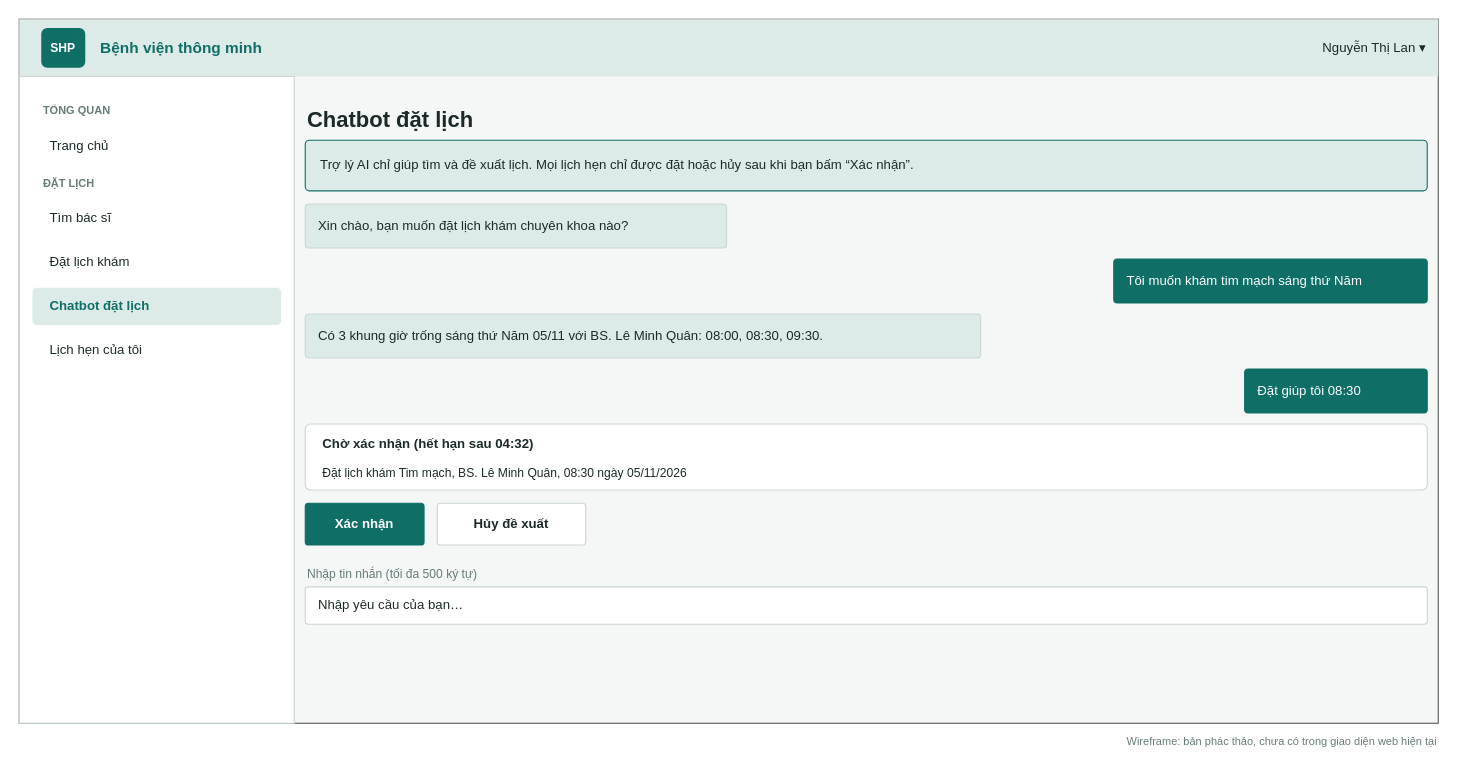
viethung12062005/smart-hospital-platform keeps this draw.io diagram as page "Nhận hồ sơ đã có" (2 of 17) of docs/02-requirements/srs/dist/diagrams/06-wireframes.drawio. Above is the earlier version. Source tidied: cells renumbered, new cells numbered last; positions are measured from the earlier drawing's top-left corner, leaving out a move shared by most shapes. Both pictures are drawn from the tidied source at 110%, with x=0, y=0 at pixel (19, 19).
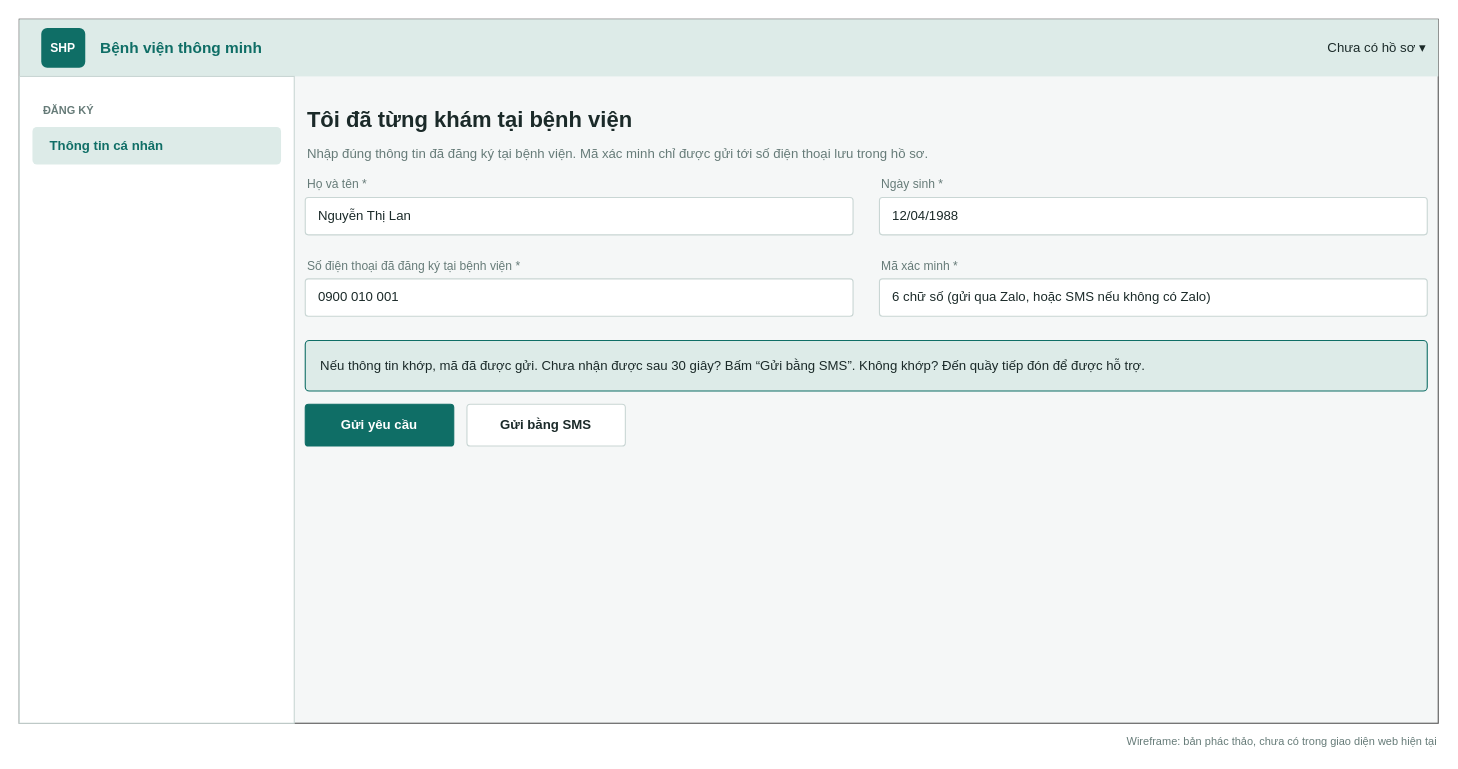
After the change.

Diff of the diagram source:
```diff
@@
-    <mxCell id="6" value="Nguyễn Thị Lan   ▾" style="text;html=1;align=right;verticalAlign=middle;fontSize=12;fontColor=#1B2A29;" parent="1" vertex="1">
+    <mxCell id="6" value="Chưa có hồ sơ   ▾" style="text;html=1;align=right;verticalAlign=middle;fontSize=12;fontColor=#1B2A29;" parent="1" vertex="1">
       <mxGeometry x="950" y="8" width="330" height="36" as="geometry" />
     </mxCell>
@@
-    <mxCell id="8" value="TỔNG QUAN" style="text;html=1;align=left;verticalAlign=middle;fontSize=10;fontColor=#667B78;fontStyle=1;" parent="1" vertex="1">
+    <mxCell id="8" value="ĐĂNG KÝ" style="text;html=1;align=left;verticalAlign=middle;fontSize=10;fontColor=#667B78;fontStyle=1;" parent="1" vertex="1">
       <mxGeometry x="20" y="72" width="200" height="22" as="geometry" />
     </mxCell>
-    <mxCell id="9" value="Trang chủ" style="rounded=1;whiteSpace=wrap;html=1;arcSize=12;align=left;spacingLeft=14;fontSize=12;fillColor=#FFFFFF;strokeColor=none;fontColor=#1B2A29;" parent="1" vertex="1">
+    <mxCell id="9" value="Thông tin cá nhân" style="rounded=1;whiteSpace=wrap;html=1;arcSize=12;align=left;spacingLeft=14;fontSize=12;fillColor=#DDEBE8;strokeColor=none;fontColor=#0F6E66;fontStyle=1;" parent="1" vertex="1">
       <mxGeometry x="12" y="98" width="226" height="34" as="geometry" />
     </mxCell>
-    <mxCell id="10" value="ĐẶT LỊCH" style="text;html=1;align=left;verticalAlign=middle;fontSize=10;fontColor=#667B78;fontStyle=1;" parent="1" vertex="1">
-      <mxGeometry x="20" y="138" width="200" height="22" as="geometry" />
+    <mxCell id="10" value="Wireframe: bản phác thảo, chưa có trong giao diện web hiện tại" style="text;html=1;align=right;fontSize=10;fontColor=#667B78;" parent="1" vertex="1">
+      <mxGeometry x="850" y="644" width="440" height="20" as="geometry" />
     </mxCell>
-    <mxCell id="11" value="Tìm bác sĩ" style="rounded=1;whiteSpace=wrap;html=1;arcSize=12;align=left;spacingLeft=14;fontSize=12;fillColor=#FFFFFF;strokeColor=none;fontColor=#1B2A29;" parent="1" vertex="1">
-      <mxGeometry x="12" y="164" width="226" height="34" as="geometry" />
-    </mxCell>
-    <mxCell id="12" value="Đặt lịch khám" style="rounded=1;whiteSpace=wrap;html=1;arcSize=12;align=left;spacingLeft=14;fontSize=12;fillColor=#FFFFFF;strokeColor=none;fontColor=#1B2A29;" parent="1" vertex="1">
-      <mxGeometry x="12" y="204" width="226" height="34" as="geometry" />
-    </mxCell>
-    <mxCell id="13" value="Chatbot đặt lịch" style="rounded=1;whiteSpace=wrap;html=1;arcSize=12;align=left;spacingLeft=14;fontSize=12;fillColor=#DDEBE8;strokeColor=none;fontColor=#0F6E66;fontStyle=1;" parent="1" vertex="1">
-      <mxGeometry x="12" y="244" width="226" height="34" as="geometry" />
-    </mxCell>
-    <mxCell id="14" value="Lịch hẹn của tôi" style="rounded=1;whiteSpace=wrap;html=1;arcSize=12;align=left;spacingLeft=14;fontSize=12;fillColor=#FFFFFF;strokeColor=none;fontColor=#1B2A29;" parent="1" vertex="1">
-      <mxGeometry x="12" y="284" width="226" height="34" as="geometry" />
-    </mxCell>
-    <mxCell id="15" value="Wireframe: bản phác thảo, chưa có trong giao diện web hiện tại" style="text;html=1;align=right;fontSize=10;fontColor=#667B78;" parent="1" vertex="1">
-      <mxGeometry x="850" y="644" width="440" height="20" as="geometry" />
-    </mxCell>
-    <mxCell id="16" value="Chatbot đặt lịch" style="text;html=1;align=left;verticalAlign=middle;whiteSpace=wrap;fontSize=20;fontColor=#1B2A29;fontStyle=1;" parent="1" vertex="1">
+    <mxCell id="16" value="Tôi đã từng khám tại bệnh viện" style="text;html=1;align=left;verticalAlign=middle;whiteSpace=wrap;fontSize=20;fontColor=#1B2A29;fontStyle=1;" parent="1" vertex="1">
       <mxGeometry x="260" y="72" width="1020" height="36" as="geometry" />
     </mxCell>
-    <mxCell id="17" value="Trợ lý AI chỉ giúp tìm và đề xuất lịch. Mọi lịch hẹn chỉ được đặt hoặc hủy sau khi bạn bấm “Xác nhận”." style="rounded=1;whiteSpace=wrap;html=1;arcSize=8;fillColor=#DDEBE8;strokeColor=#0F6E66;fontSize=12;fontColor=#1B2A29;align=left;spacingLeft=12;" parent="1" vertex="1">
-      <mxGeometry x="260" y="110" width="1020" height="46" as="geometry" />
+    <mxCell id="17" value="Nhập đúng thông tin đã đăng ký tại bệnh viện. Mã xác minh chỉ được gửi tới số điện thoại lưu trong hồ sơ." style="text;html=1;align=left;verticalAlign=middle;whiteSpace=wrap;fontSize=12;fontColor=#667B78;" parent="1" vertex="1">
+      <mxGeometry x="260" y="110" width="1020" height="26" as="geometry" />
     </mxCell>
-    <mxCell id="18" value="Xin chào, bạn muốn đặt lịch khám chuyên khoa nào?" style="rounded=1;whiteSpace=wrap;html=1;arcSize=8;fillColor=#DDEBE8;strokeColor=#C9D6D4;fontSize=12;fontColor=#1B2A29;fontColor=#1B2A29;align=left;spacingLeft=10;" parent="1" vertex="1">
-      <mxGeometry x="260" y="168" width="383" height="40" as="geometry" />
+    <mxCell id="18" value="Họ và tên *" style="text;html=1;align=left;verticalAlign=middle;whiteSpace=wrap;fontSize=11;fontColor=#667B78;" parent="1" vertex="1">
+      <mxGeometry x="260" y="140" width="498" height="20" as="geometry" />
     </mxCell>
-    <mxCell id="19" value="Tôi muốn khám tim mạch sáng thứ Năm" style="rounded=1;whiteSpace=wrap;html=1;arcSize=8;fillColor=#0F6E66;strokeColor=#0F6E66;fontSize=12;fontColor=#1B2A29;fontColor=#FFFFFF;align=left;spacingLeft=10;" parent="1" vertex="1">
-      <mxGeometry x="995" y="218" width="285" height="40" as="geometry" />
+    <mxCell id="19" value="Nguyễn Thị Lan" style="rounded=1;whiteSpace=wrap;html=1;arcSize=8;fillColor=#FFFFFF;strokeColor=#C9D6D4;fontSize=12;fontColor=#1B2A29;align=left;spacingLeft=10;" parent="1" vertex="1">
+      <mxGeometry x="260" y="162" width="498" height="34" as="geometry" />
     </mxCell>
-    <mxCell id="20" value="Có 3 khung giờ trống sáng thứ Năm 05/11 với BS. Lê Minh Quân: 08:00, 08:30, 09:30." style="rounded=1;whiteSpace=wrap;html=1;arcSize=8;fillColor=#DDEBE8;strokeColor=#C9D6D4;fontSize=12;fontColor=#1B2A29;fontColor=#1B2A29;align=left;spacingLeft=10;" parent="1" vertex="1">
-      <mxGeometry x="260" y="268" width="614" height="40" as="geometry" />
+    <mxCell id="20" value="Ngày sinh *" style="text;html=1;align=left;verticalAlign=middle;whiteSpace=wrap;fontSize=11;fontColor=#667B78;" parent="1" vertex="1">
+      <mxGeometry x="782" y="140" width="498" height="20" as="geometry" />
     </mxCell>
-    <mxCell id="21" value="Đặt giúp tôi 08:30" style="rounded=1;whiteSpace=wrap;html=1;arcSize=8;fillColor=#0F6E66;strokeColor=#0F6E66;fontSize=12;fontColor=#1B2A29;fontColor=#FFFFFF;align=left;spacingLeft=10;" parent="1" vertex="1">
-      <mxGeometry x="1114" y="318" width="166" height="40" as="geometry" />
+    <mxCell id="21" value="12/04/1988" style="rounded=1;whiteSpace=wrap;html=1;arcSize=8;fillColor=#FFFFFF;strokeColor=#C9D6D4;fontSize=12;fontColor=#1B2A29;align=left;spacingLeft=10;" parent="1" vertex="1">
+      <mxGeometry x="782" y="162" width="498" height="34" as="geometry" />
     </mxCell>
-    <mxCell id="22" style="rounded=1;whiteSpace=wrap;html=1;arcSize=8;fillColor=#FFFFFF;strokeColor=#C9D6D4;fontSize=12;fontColor=#1B2A29;" parent="1" vertex="1">
-      <mxGeometry x="260" y="368" width="1020" height="60" as="geometry" />
+    <mxCell id="22" value="Số điện thoại đã đăng ký tại bệnh viện *" style="text;html=1;align=left;verticalAlign=middle;whiteSpace=wrap;fontSize=11;fontColor=#667B78;" parent="1" vertex="1">
+      <mxGeometry x="260" y="214" width="498" height="20" as="geometry" />
     </mxCell>
-    <mxCell id="23" value="Chờ xác nhận (hết hạn sau 04:32)" style="text;html=1;align=left;verticalAlign=middle;whiteSpace=wrap;fontSize=12;fontColor=#1B2A29;fontStyle=1;" parent="1" vertex="1">
-      <mxGeometry x="274" y="374" width="992" height="24" as="geometry" />
+    <mxCell id="23" value="0900 010 001" style="rounded=1;whiteSpace=wrap;html=1;arcSize=8;fillColor=#FFFFFF;strokeColor=#C9D6D4;fontSize=12;fontColor=#1B2A29;align=left;spacingLeft=10;" parent="1" vertex="1">
+      <mxGeometry x="260" y="236" width="498" height="34" as="geometry" />
     </mxCell>
-    <mxCell id="24" value="Đặt lịch khám Tim mạch, BS. Lê Minh Quân, 08:30 ngày 05/11/2026" style="text;html=1;align=left;verticalAlign=middle;whiteSpace=wrap;fontSize=11;fontColor=#1B2A29;" parent="1" vertex="1">
-      <mxGeometry x="274" y="402" width="992" height="22" as="geometry" />
+    <mxCell id="24" value="Mã xác minh *" style="text;html=1;align=left;verticalAlign=middle;whiteSpace=wrap;fontSize=11;fontColor=#667B78;" parent="1" vertex="1">
+      <mxGeometry x="782" y="214" width="498" height="20" as="geometry" />
     </mxCell>
-    <mxCell id="25" value="Xác nhận" style="rounded=1;whiteSpace=wrap;html=1;arcSize=8;fillColor=#0F6E66;strokeColor=#0F6E66;fontSize=12;fontColor=#1B2A29;fontStyle=1;fontColor=#FFFFFF;" parent="1" vertex="1">
-      <mxGeometry x="260" y="440" width="108" height="38" as="geometry" />
+    <mxCell id="25" value="6 chữ số (gửi qua Zalo, hoặc SMS nếu không có Zalo)" style="rounded=1;whiteSpace=wrap;html=1;arcSize=8;fillColor=#FFFFFF;strokeColor=#C9D6D4;fontSize=12;fontColor=#1B2A29;align=left;spacingLeft=10;" parent="1" vertex="1">
+      <mxGeometry x="782" y="236" width="498" height="34" as="geometry" />
     </mxCell>
-    <mxCell id="26" value="Hủy đề xuất" style="rounded=1;whiteSpace=wrap;html=1;arcSize=8;fillColor=#FFFFFF;strokeColor=#C9D6D4;fontSize=12;fontColor=#1B2A29;fontStyle=1;fontColor=#1B2A29;" parent="1" vertex="1">
-      <mxGeometry x="380" y="440" width="135" height="38" as="geometry" />
+    <mxCell id="26" value="Nếu thông tin khớp, mã đã được gửi. Chưa nhận được sau 30 giây? Bấm “Gửi bằng SMS”. Không khớp? Đến quầy tiếp đón để được hỗ trợ." style="rounded=1;whiteSpace=wrap;html=1;arcSize=8;fillColor=#DDEBE8;strokeColor=#0F6E66;fontSize=12;fontColor=#1B2A29;align=left;spacingLeft=12;" parent="1" vertex="1">
+      <mxGeometry x="260" y="292" width="1020" height="46" as="geometry" />
     </mxCell>
-    <mxCell id="27" value="Nhập tin nhắn (tối đa 500 ký tự)" style="text;html=1;align=left;verticalAlign=middle;whiteSpace=wrap;fontSize=11;fontColor=#667B78;" parent="1" vertex="1">
-      <mxGeometry x="260" y="494" width="1020" height="20" as="geometry" />
+    <mxCell id="27" value="Gửi yêu cầu" style="rounded=1;whiteSpace=wrap;html=1;arcSize=8;fillColor=#0F6E66;strokeColor=#0F6E66;fontSize=12;fontColor=#1B2A29;fontStyle=1;fontColor=#FFFFFF;" parent="1" vertex="1">
+      <mxGeometry x="260" y="350" width="135" height="38" as="geometry" />
     </mxCell>
-    <mxCell id="28" value="Nhập yêu cầu của bạn…" style="rounded=1;whiteSpace=wrap;html=1;arcSize=8;fillColor=#FFFFFF;strokeColor=#C9D6D4;fontSize=12;fontColor=#1B2A29;align=left;spacingLeft=10;" parent="1" vertex="1">
-      <mxGeometry x="260" y="516" width="1020" height="34" as="geometry" />
+    <mxCell id="28" value="Gửi bằng SMS" style="rounded=1;whiteSpace=wrap;html=1;arcSize=8;fillColor=#FFFFFF;strokeColor=#C9D6D4;fontSize=12;fontColor=#1B2A29;fontStyle=1;fontColor=#1B2A29;" parent="1" vertex="1">
+      <mxGeometry x="407" y="350" width="144" height="38" as="geometry" />
     </mxCell>
```
